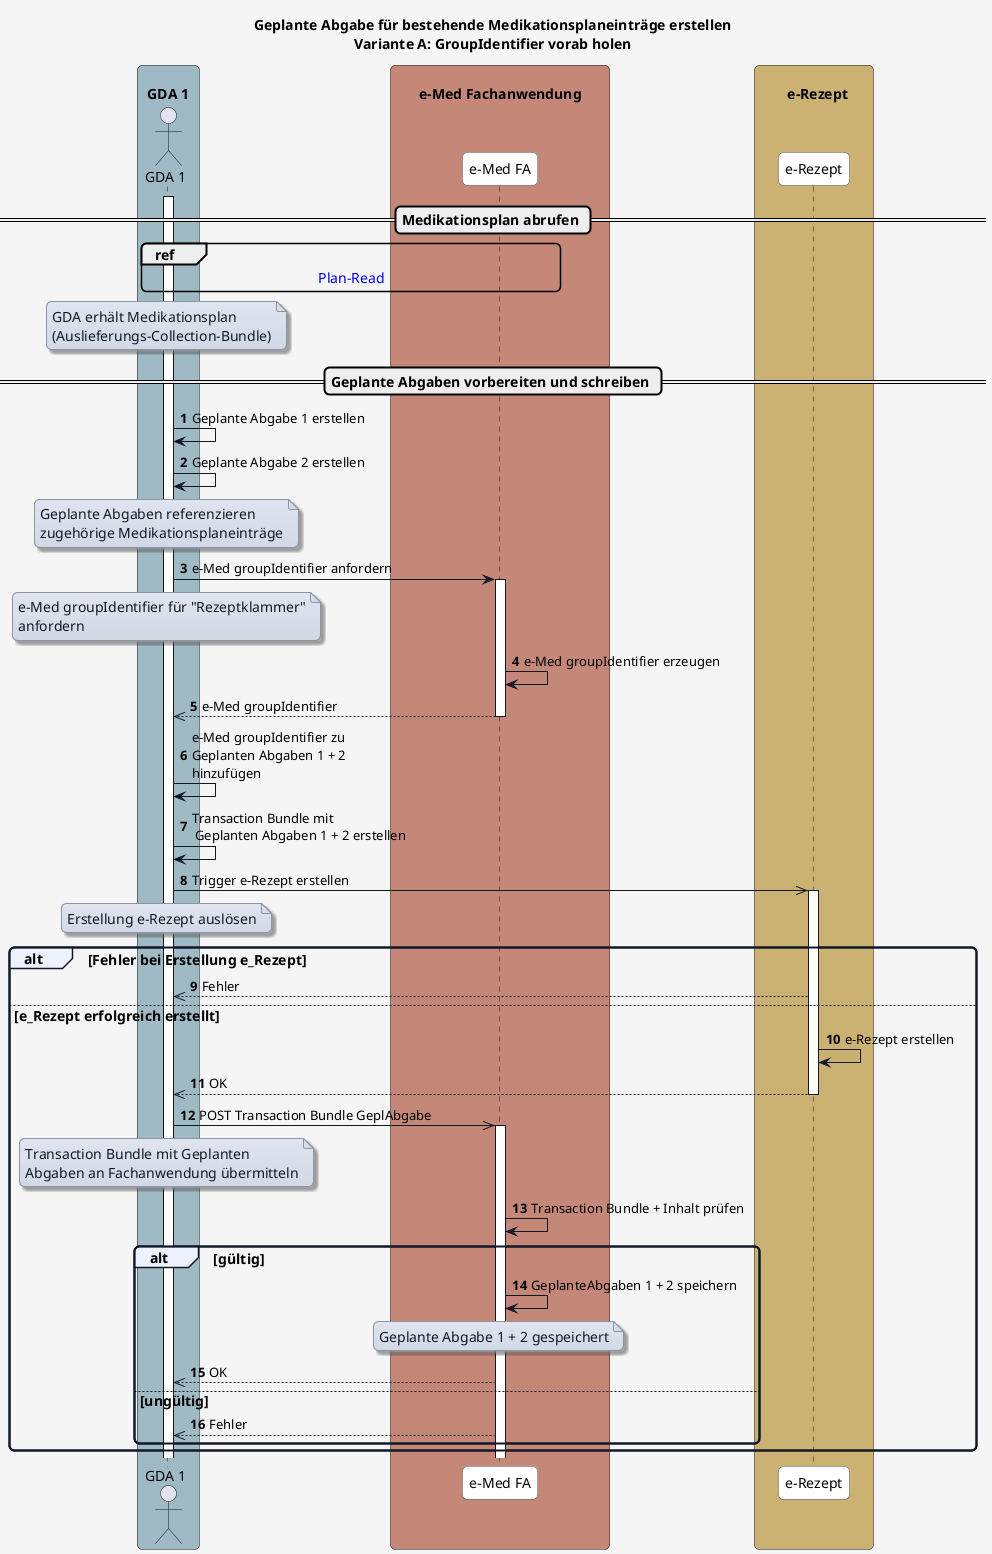
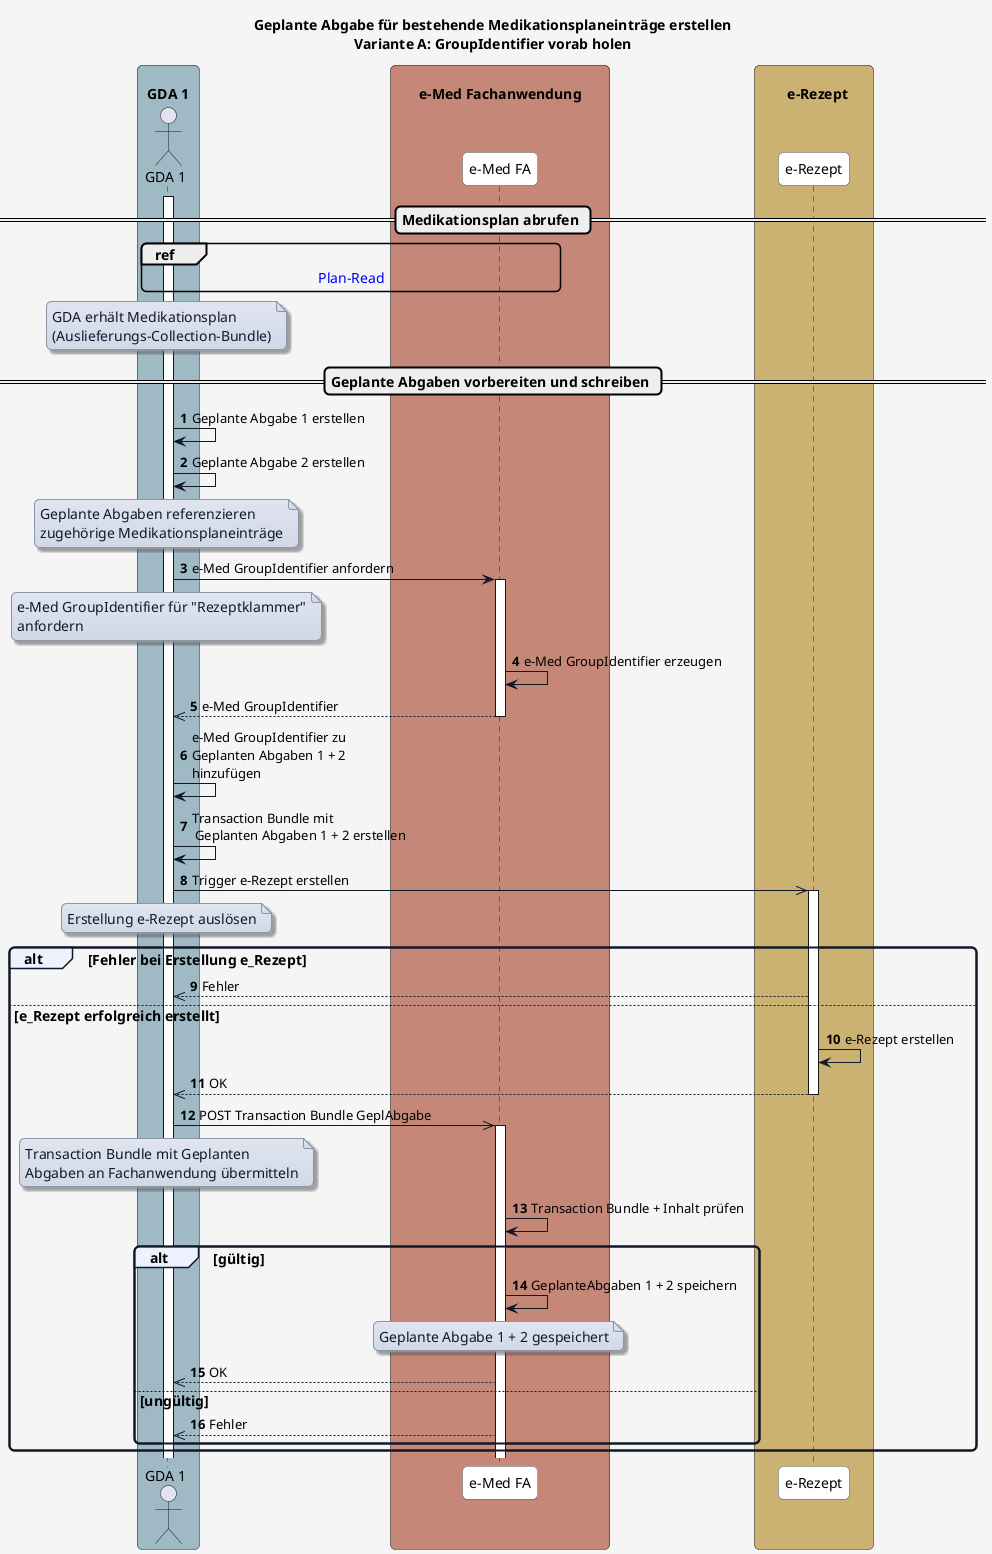
@startuml

title Geplante Abgabe für bestehende Medikationsplaneinträge erstellen\nVariante A: GroupIdentifier vorab holen

skinparam borderColor #000000
skinparam backgroundColor #f5f5f5
skinparam shadowing false
skinparam roundCorner 10
skinparam defaultFontName "Arial"
skinparam defaultFontSize 14
skinparam defaultFontColor #000000

skinparam note {
  BackgroundColor #e0e5f0-#d1d9e6
  BorderColor #8b95a5
  BorderThickness 1
  RoundCorner 8
  Padding 6
  FontColor #111827
  Shadowing true
}

skinparam HyperlinkColor #0000EE
skinparam HyperlinkUnderline false

skinparam sequence {
  ParticipantBorderColor #555555
  ParticipantBackgroundColor #ffffff
  ParticipantFontColor #000000
  ParticipantFontSize 14
  ParticipantPadding 20
  ArrowColor #111827
  ArrowThickness 1
  ArrowFontColor #000000
  ArrowFontSize 13
  GroupBorderColor #111827
  GroupBackgroundColor #eef2ff
  GroupBorderThickness 2
}

skinparam BoxPadding 20
skinparam BoxBorderColor #555555

box "\n  GDA 1  " #9fbac4
  actor GDA_1 as "GDA 1"
end box

box "\n       e-Med Fachanwendung       " #C48778
  participant eMed_FA as "e-Med FA"
end box

box "\n    e-Rezept  " #cbb272
  participant e_Rezept as "e-Rezept"
end box

autonumber

== Medikationsplan abrufen ==

activate GDA_1
ref over GDA_1, eMed_FA : [[interactions.html#sequenzdiagramm-plan-read Plan-Read]]


note over GDA_1
GDA erhält Medikationsplan
(Auslieferungs-Collection-Bundle)
end note

== Geplante Abgaben vorbereiten und schreiben ==

GDA_1 -> GDA_1: Geplante Abgabe 1 erstellen
GDA_1 -> GDA_1: Geplante Abgabe 2 erstellen
note over GDA_1
Geplante Abgaben referenzieren
zugehörige Medikationsplaneinträge
end note

- GDA_1 -> eMed_FA: e-Med groupIdentifier anfordern
+ GDA_1 -> eMed_FA: e-Med GroupIdentifier anfordern

note over GDA_1
- e-Med groupIdentifier für "Rezeptklammer"
+ e-Med GroupIdentifier für "Rezeptklammer"
anfordern
end note

activate eMed_FA
- eMed_FA -> eMed_FA: e-Med groupIdentifier erzeugen
- eMed_FA -->> GDA_1: e-Med groupIdentifier
+ eMed_FA -> eMed_FA: e-Med GroupIdentifier erzeugen
+ eMed_FA -->> GDA_1: e-Med GroupIdentifier
deactivate eMed_FA

- GDA_1 -> GDA_1: e-Med groupIdentifier zu\nGeplanten Abgaben 1 + 2\nhinzufügen
+ GDA_1 -> GDA_1: e-Med GroupIdentifier zu\nGeplanten Abgaben 1 + 2\nhinzufügen
GDA_1 -> GDA_1: Transaction Bundle mit\n Geplanten Abgaben 1 + 2 erstellen

GDA_1 ->> e_Rezept: Trigger e-Rezept erstellen
note over GDA_1
Erstellung e-Rezept auslösen
end note
activate e_Rezept

alt Fehler bei Erstellung e_Rezept

  e_Rezept -->> GDA_1: Fehler

else e_Rezept erfolgreich erstellt
  e_Rezept -> e_Rezept: e-Rezept erstellen
  e_Rezept -->> GDA_1: OK
  deactivate e_Rezept
  GDA_1 ->> eMed_FA: POST Transaction Bundle GeplAbgabe
  activate eMed_FA
  note over GDA_1
  Transaction Bundle mit Geplanten
  Abgaben an Fachanwendung übermitteln
  end note


eMed_FA -> eMed_FA: Transaction Bundle + Inhalt prüfen
alt gültig
  eMed_FA -> eMed_FA: GeplanteAbgaben 1 + 2 speichern

  note over eMed_FA
  Geplante Abgabe 1 + 2 gespeichert
  end note

  eMed_FA -->> GDA_1: OK
  else ungültig
    eMed_FA -->> GDA_1: Fehler
  end

end


@enduml